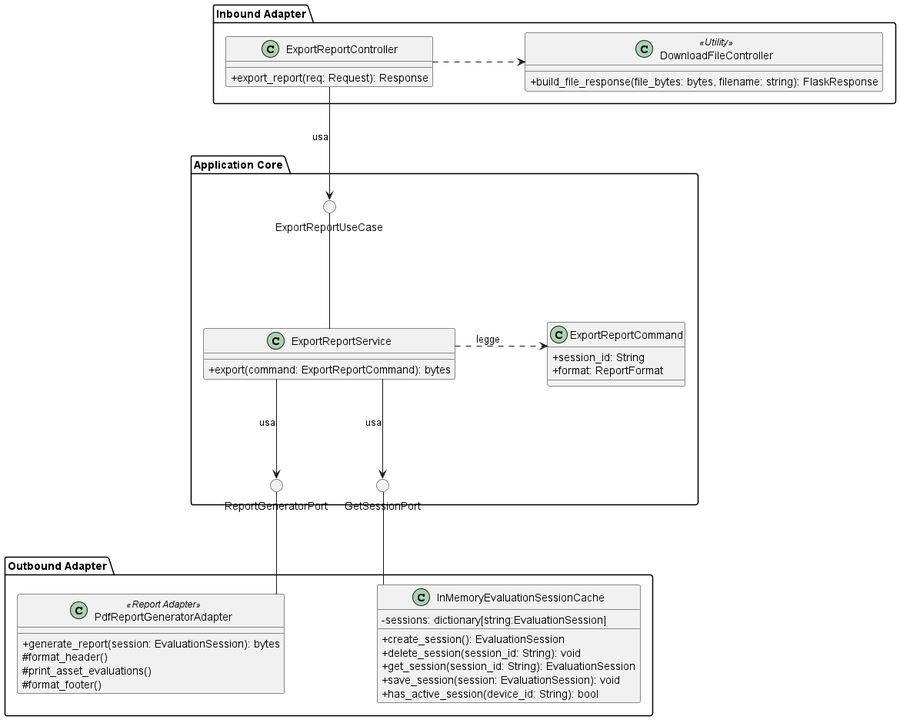
Before: src/PB/DocumentazioneEsterna/Specifica_Tecnica/content/05-diagrammi-classi/uml/png/Export/ExportReport.png, a diagram exported from PlantUML (GroupRubberDuck/Documentazione). The source it was exported from:
```plantuml
@startuml ExportReport

skinparam linetype ortho
skinparam nodesep 120
skinparam ranksep 120
skinparam classAttributeIconSize 0
skinparam PackagePadding 30

package "Inbound Adapter" {
    class ExportReportController {
        +export_report(req: Request): Response
    }

    class DownloadFileController <<Utility>> {
        +build_file_response(file_bytes: bytes, filename: string): FlaskResponse
    }

    ExportReportController .right.> DownloadFileController
}

package "Application Core" {

    () "ExportReportUseCase"

    class ExportReportService {
        +export(command: ExportReportCommand): bytes
    }

    class ExportReportCommand {
        +session_id: String
        +format: ReportFormat
    }

    () "ReportGeneratorPort"
    () "GetSessionPort"


    ExportReportService -[hidden]right- ExportReportCommand
    ReportGeneratorPort -[hidden]right- GetSessionPort


    ExportReportService -up- ExportReportUseCase
    ExportReportService .right.> ExportReportCommand : legge


    ExportReportService -down-> ReportGeneratorPort : usa
    ExportReportService -down-> GetSessionPort : usa


}

package "Outbound Adapter" {
    class PdfReportGeneratorAdapter <<Report Adapter>> {
        +generate_report(session: EvaluationSession): bytes
        #format_header()
        #print_asset_evaluations()
        #format_footer()
    }

    class InMemoryEvaluationSessionCache {
        -sessions: dictionary[string:EvaluationSession]
        +create_session(): EvaluationSession
        +delete_session(session_id: String): void
        +get_session(session_id: String): EvaluationSession
        +save_session(session: EvaluationSession): void
        +has_active_session(device_id: String): bool
    }
}


ExportReportController -down-> ExportReportUseCase : usa

PdfReportGeneratorAdapter -up- ReportGeneratorPort
InMemoryEvaluationSessionCache -up- GetSessionPort
@enduml
```
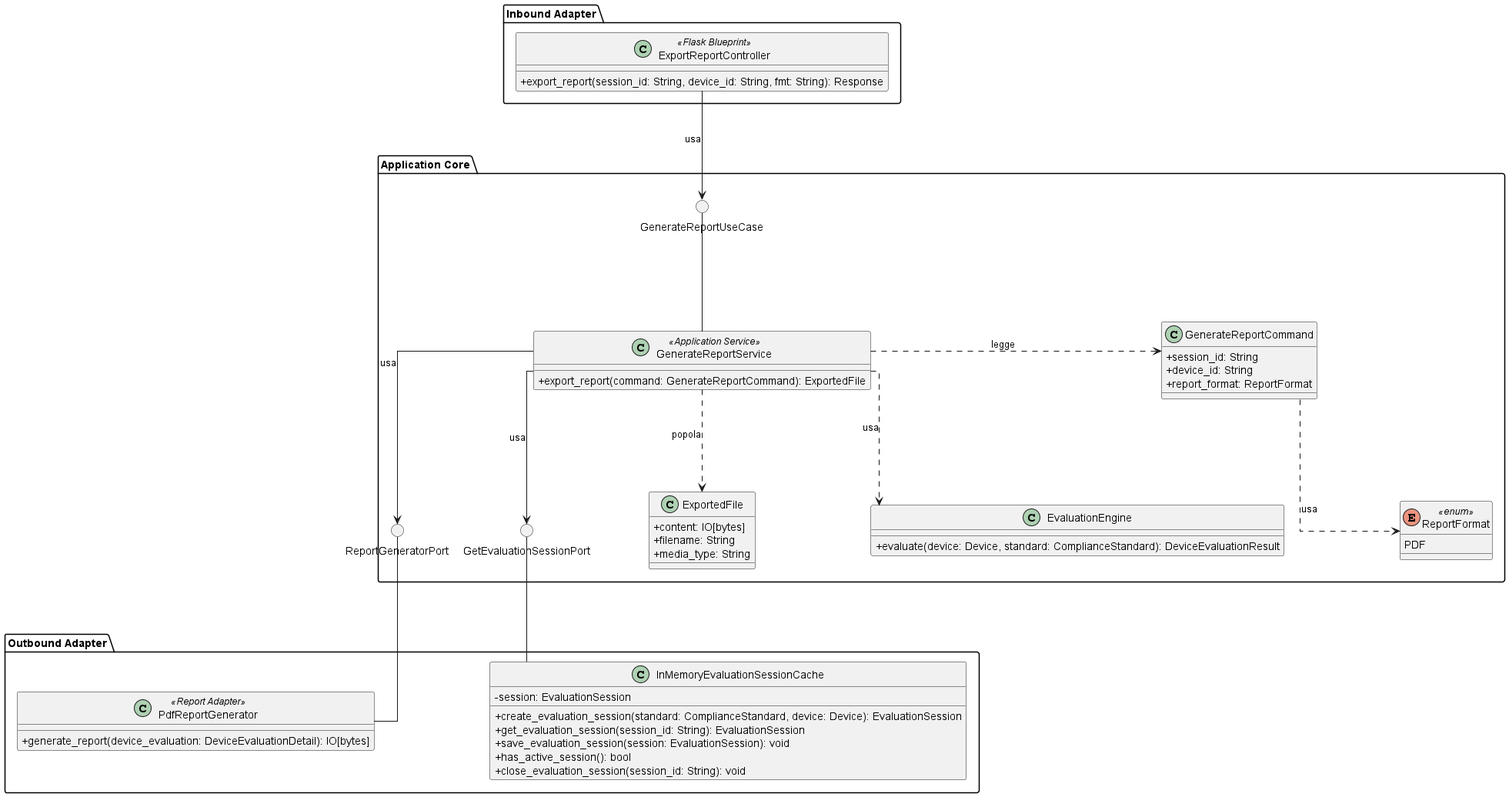
After the change.

Diff of the diagram source:
```diff
@@ -1,75 +1,58 @@
 @startuml ExportReport
-
 skinparam linetype ortho
-skinparam nodesep 120
+skinparam nodesep 150
 skinparam ranksep 120
 skinparam classAttributeIconSize 0
 skinparam PackagePadding 30
 
 package "Inbound Adapter" {
-    class ExportReportController {
-        +export_report(req: Request): Response
-    }
-
-    class DownloadFileController <<Utility>> {
-        +build_file_response(file_bytes: bytes, filename: string): FlaskResponse
-    }
-
-    ExportReportController .right.> DownloadFileController
+    !include InboundAdapters/ExportReportController.puml
 }
 
 package "Application Core" {
 
-    () "ExportReportUseCase"
+    () "GenerateReportUseCase"
 
-    class ExportReportService {
-        +export(command: ExportReportCommand): bytes
+    !include ApplicationServices/ExportReportService.puml
+    !include Command/ExportReportCommand.puml
+
+    enum ReportFormat <<enum>> {
+        PDF
     }
 
-    class ExportReportCommand {
-        +session_id: String
-        +format: ReportFormat
+    class ExportedFile {
+        + content: IO[bytes]
+        + filename: String
+        + media_type: String
     }
 
-    () "ReportGeneratorPort"
-    () "GetSessionPort"
+    class EvaluationEngine {
+    + evaluate(device: Device, standard: ComplianceStandard): DeviceEvaluationResult
+}
 
+    () "ReportGeneratorPort" as ReportGeneratorPort
+    () "GetEvaluationSessionPort" as GetEvaluationSessionPort
 
-    ExportReportService -[hidden]right- ExportReportCommand
-    ReportGeneratorPort -[hidden]right- GetSessionPort
+    ReportGeneratorPort -[hidden]right- GetEvaluationSessionPort
 
+    GenerateReportService -up- GenerateReportUseCase
+    GenerateReportService .right.> GenerateReportCommand : legge
+    GenerateReportService .down.> ExportedFile : popola
+    GenerateReportService -down-> ReportGeneratorPort : usa
+    GenerateReportService -down-> GetEvaluationSessionPort : usa
+    GenerateReportService ..> EvaluationEngine : usa
 
-    ExportReportService -up- ExportReportUseCase
-    ExportReportService .right.> ExportReportCommand : legge
-
-
-    ExportReportService -down-> ReportGeneratorPort : usa
-    ExportReportService -down-> GetSessionPort : usa
-
-
+    GenerateReportCommand ..> ReportFormat : usa
 }
 
 package "Outbound Adapter" {
-    class PdfReportGeneratorAdapter <<Report Adapter>> {
-        +generate_report(session: EvaluationSession): bytes
-        #format_header()
-        #print_asset_evaluations()
-        #format_footer()
-    }
-
-    class InMemoryEvaluationSessionCache {
-        -sessions: dictionary[string:EvaluationSession]
-        +create_session(): EvaluationSession
-        +delete_session(session_id: String): void
-        +get_session(session_id: String): EvaluationSession
-        +save_session(session: EvaluationSession): void
-        +has_active_session(device_id: String): bool
-    }
+    !include OutboundAdapters/PdfReportGeneratorAdapter.puml
+    !include OutboundAdapters/InMemoryEvaluationSessionCache.puml
 }
 
+ExportReportController -down-> GenerateReportUseCase : usa
 
-ExportReportController -down-> ExportReportUseCase : usa
+PdfReportGenerator -up- ReportGeneratorPort
+InMemoryEvaluationSessionCache -up- GetEvaluationSessionPort
 
-PdfReportGeneratorAdapter -up- ReportGeneratorPort
-InMemoryEvaluationSessionCache -up- GetSessionPort
 @enduml
```
